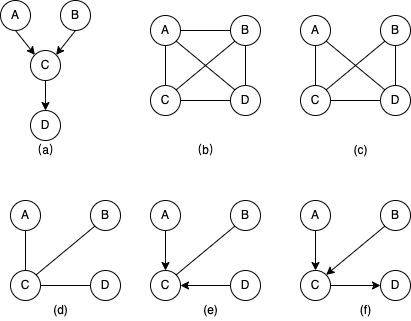
pardonpardon/graph keeps this draw.io diagram as pc_alg_step1.png. Above is the earlier version. Source tidied: cells renumbered, new cells last; positions are measured from the earlier drawing's top-left corner, leaving out a move shared by most shapes. Source of this version:
```xml
<mxGraphModel>
  <root>
    <mxCell id="0" />
    <mxCell id="1" parent="0" />
    <mxCell id="2" value="A" style="ellipse;whiteSpace=wrap;html=1;" parent="1" vertex="1">
      <mxGeometry width="30" height="30" as="geometry" />
    </mxCell>
    <mxCell id="3" value="B" style="ellipse;whiteSpace=wrap;html=1;" parent="1" vertex="1">
      <mxGeometry x="60" width="30" height="30" as="geometry" />
    </mxCell>
    <mxCell id="4" value="C" style="ellipse;whiteSpace=wrap;html=1;" parent="1" vertex="1">
      <mxGeometry x="30" y="50" width="30" height="30" as="geometry" />
    </mxCell>
    <mxCell id="5" value="D" style="ellipse;whiteSpace=wrap;html=1;direction=south;" parent="1" vertex="1">
      <mxGeometry x="30" y="110" width="30" height="30" as="geometry" />
    </mxCell>
    <mxCell id="6" style="endArrow=classic;html=1;rounded=0;strokeWidth=1;exitX=0.5;exitY=1;exitDx=0;exitDy=0;entryX=0;entryY=0;entryDx=0;entryDy=0;" parent="1" edge="1" source="2" target="4">
      <mxGeometry relative="1" as="geometry" />
    </mxCell>
    <mxCell id="7" style="endArrow=classic;html=1;rounded=0;strokeWidth=1;exitX=0.5;exitY=1;exitDx=0;exitDy=0;entryX=1;entryY=0;entryDx=0;entryDy=0;" parent="1" edge="1" source="3" target="4">
      <mxGeometry relative="1" as="geometry" />
    </mxCell>
    <mxCell id="8" style="endArrow=classic;html=1;rounded=0;strokeWidth=1;exitX=0.5;exitY=1;exitDx=0;exitDy=0;entryX=0;entryY=0.5;entryDx=0;entryDy=0;" parent="1" edge="1" source="4" target="5">
      <mxGeometry relative="1" as="geometry" />
    </mxCell>
    <mxCell id="9" value="A" style="ellipse;whiteSpace=wrap;html=1;" parent="1" vertex="1">
      <mxGeometry x="150" y="15" width="30" height="30" as="geometry" />
    </mxCell>
    <mxCell id="10" value="B" style="ellipse;whiteSpace=wrap;html=1;" parent="1" vertex="1">
      <mxGeometry x="230" y="15" width="30" height="30" as="geometry" />
    </mxCell>
    <mxCell id="11" value="D" style="ellipse;whiteSpace=wrap;html=1;" parent="1" vertex="1">
      <mxGeometry x="230" y="85" width="30" height="30" as="geometry" />
    </mxCell>
    <mxCell id="12" value="C" style="ellipse;whiteSpace=wrap;html=1;" parent="1" vertex="1">
      <mxGeometry x="150" y="85" width="30" height="30" as="geometry" />
    </mxCell>
    <mxCell id="13" style="endArrow=none;html=1;rounded=0;strokeWidth=1;exitX=0.5;exitY=0;exitDx=0;exitDy=0;entryX=0.5;entryY=1;entryDx=0;entryDy=0;" parent="1" edge="1" source="12" target="9">
      <mxGeometry relative="1" as="geometry">
        <Array as="points">
          <mxPoint x="165" y="65" />
        </Array>
      </mxGeometry>
    </mxCell>
    <mxCell id="14" style="endArrow=none;html=1;rounded=0;strokeWidth=1;exitX=0.5;exitY=0;exitDx=0;exitDy=0;entryX=0.5;entryY=1;entryDx=0;entryDy=0;" parent="1" edge="1" source="12" target="9">
      <mxGeometry relative="1" as="geometry">
        <Array as="points">
          <mxPoint x="165" y="65" />
        </Array>
      </mxGeometry>
    </mxCell>
    <mxCell id="15" style="endArrow=none;html=1;rounded=0;strokeWidth=1;exitX=0.5;exitY=0;exitDx=0;exitDy=0;entryX=0.5;entryY=1;entryDx=0;entryDy=0;" parent="1" edge="1" source="12" target="9">
      <mxGeometry relative="1" as="geometry">
        <Array as="points">
          <mxPoint x="165" y="65" />
        </Array>
      </mxGeometry>
    </mxCell>
    <mxCell id="16" style="endArrow=none;html=1;rounded=0;strokeWidth=1;exitX=0.5;exitY=0;exitDx=0;exitDy=0;entryX=0.5;entryY=1;entryDx=0;entryDy=0;" parent="1" edge="1" source="12" target="9">
      <mxGeometry relative="1" as="geometry">
        <Array as="points">
          <mxPoint x="165" y="65" />
        </Array>
      </mxGeometry>
    </mxCell>
    <mxCell id="17" style="endArrow=none;html=1;rounded=0;strokeWidth=1;exitX=0.5;exitY=0;exitDx=0;exitDy=0;entryX=0.5;entryY=1;entryDx=0;entryDy=0;" parent="1" edge="1" source="12" target="9">
      <mxGeometry relative="1" as="geometry">
        <Array as="points">
          <mxPoint x="165" y="65" />
        </Array>
      </mxGeometry>
    </mxCell>
    <mxCell id="18" style="endArrow=none;html=1;rounded=0;strokeWidth=1;exitX=0.5;exitY=0;exitDx=0;exitDy=0;entryX=0.5;entryY=1;entryDx=0;entryDy=0;" parent="1" edge="1" source="12" target="9">
      <mxGeometry relative="1" as="geometry">
        <Array as="points">
          <mxPoint x="165" y="65" />
        </Array>
      </mxGeometry>
    </mxCell>
    <mxCell id="19" style="endArrow=none;html=1;rounded=0;strokeWidth=1;exitX=0.5;exitY=0;exitDx=0;exitDy=0;entryX=0.5;entryY=1;entryDx=0;entryDy=0;" parent="1" edge="1">
      <mxGeometry relative="1" as="geometry">
        <mxPoint x="165" y="85" as="sourcePoint" />
        <mxPoint x="165" y="45" as="targetPoint" />
        <Array as="points">
          <mxPoint x="165" y="65" />
        </Array>
      </mxGeometry>
    </mxCell>
    <mxCell id="20" style="endArrow=none;html=1;rounded=0;strokeWidth=1;exitX=1;exitY=0.5;exitDx=0;exitDy=0;entryX=0;entryY=0.5;entryDx=0;entryDy=0;" parent="1" edge="1" source="9" target="10">
      <mxGeometry relative="1" as="geometry" />
    </mxCell>
    <mxCell id="21" style="endArrow=none;html=1;rounded=0;strokeWidth=1;exitX=1;exitY=0.5;exitDx=0;exitDy=0;entryX=0;entryY=0.5;entryDx=0;entryDy=0;" parent="1" edge="1" source="12" target="11">
      <mxGeometry relative="1" as="geometry" />
    </mxCell>
    <mxCell id="22" style="endArrow=none;html=1;rounded=0;strokeWidth=1;exitX=0.5;exitY=0;exitDx=0;exitDy=0;entryX=0.5;entryY=1;entryDx=0;entryDy=0;" parent="1" edge="1" source="11" target="10">
      <mxGeometry relative="1" as="geometry" />
    </mxCell>
    <mxCell id="23" style="endArrow=none;html=1;rounded=0;strokeWidth=1;exitX=1;exitY=0;exitDx=0;exitDy=0;entryX=0;entryY=1;entryDx=0;entryDy=0;" parent="1" edge="1" source="12" target="10">
      <mxGeometry relative="1" as="geometry" />
    </mxCell>
    <mxCell id="24" style="endArrow=none;html=1;rounded=0;strokeWidth=1;exitX=1;exitY=1;exitDx=0;exitDy=0;entryX=0;entryY=0;entryDx=0;entryDy=0;" parent="1" edge="1" source="9" target="11">
      <mxGeometry relative="1" as="geometry" />
    </mxCell>
    <mxCell id="25" value="A" style="ellipse;whiteSpace=wrap;html=1;" parent="1" vertex="1">
      <mxGeometry x="300" y="15" width="30" height="30" as="geometry" />
    </mxCell>
    <mxCell id="26" value="B" style="ellipse;whiteSpace=wrap;html=1;" parent="1" vertex="1">
      <mxGeometry x="380" y="15" width="30" height="30" as="geometry" />
    </mxCell>
    <mxCell id="27" value="D" style="ellipse;whiteSpace=wrap;html=1;" parent="1" vertex="1">
      <mxGeometry x="380" y="85" width="30" height="30" as="geometry" />
    </mxCell>
    <mxCell id="28" value="C" style="ellipse;whiteSpace=wrap;html=1;" parent="1" vertex="1">
      <mxGeometry x="300" y="85" width="30" height="30" as="geometry" />
    </mxCell>
    <mxCell id="29" style="endArrow=none;html=1;rounded=0;strokeWidth=1;exitX=0.5;exitY=0;exitDx=0;exitDy=0;entryX=0.5;entryY=1;entryDx=0;entryDy=0;" parent="1" edge="1" source="28" target="25">
      <mxGeometry relative="1" as="geometry">
        <Array as="points">
          <mxPoint x="315" y="65" />
        </Array>
      </mxGeometry>
    </mxCell>
    <mxCell id="30" style="endArrow=none;html=1;rounded=0;strokeWidth=1;exitX=0.5;exitY=0;exitDx=0;exitDy=0;entryX=0.5;entryY=1;entryDx=0;entryDy=0;" parent="1" edge="1" source="28" target="25">
      <mxGeometry relative="1" as="geometry">
        <Array as="points">
          <mxPoint x="315" y="65" />
        </Array>
      </mxGeometry>
    </mxCell>
    <mxCell id="31" style="endArrow=none;html=1;rounded=0;strokeWidth=1;exitX=0.5;exitY=0;exitDx=0;exitDy=0;entryX=0.5;entryY=1;entryDx=0;entryDy=0;" parent="1" edge="1" source="28" target="25">
      <mxGeometry relative="1" as="geometry">
        <Array as="points">
          <mxPoint x="315" y="65" />
        </Array>
      </mxGeometry>
    </mxCell>
    <mxCell id="32" style="endArrow=none;html=1;rounded=0;strokeWidth=1;exitX=0.5;exitY=0;exitDx=0;exitDy=0;entryX=0.5;entryY=1;entryDx=0;entryDy=0;" parent="1" edge="1" source="28" target="25">
      <mxGeometry relative="1" as="geometry">
        <Array as="points">
          <mxPoint x="315" y="65" />
        </Array>
      </mxGeometry>
    </mxCell>
    <mxCell id="33" style="endArrow=none;html=1;rounded=0;strokeWidth=1;exitX=0.5;exitY=0;exitDx=0;exitDy=0;entryX=0.5;entryY=1;entryDx=0;entryDy=0;" parent="1" edge="1" source="28" target="25">
      <mxGeometry relative="1" as="geometry">
        <Array as="points">
          <mxPoint x="315" y="65" />
        </Array>
      </mxGeometry>
    </mxCell>
    <mxCell id="34" style="endArrow=none;html=1;rounded=0;strokeWidth=1;exitX=0.5;exitY=0;exitDx=0;exitDy=0;entryX=0.5;entryY=1;entryDx=0;entryDy=0;" parent="1" edge="1" source="28" target="25">
      <mxGeometry relative="1" as="geometry">
        <Array as="points">
          <mxPoint x="315" y="65" />
        </Array>
      </mxGeometry>
    </mxCell>
    <mxCell id="35" style="endArrow=none;html=1;rounded=0;strokeWidth=1;exitX=0.5;exitY=0;exitDx=0;exitDy=0;entryX=0.5;entryY=1;entryDx=0;entryDy=0;" parent="1" edge="1">
      <mxGeometry relative="1" as="geometry">
        <mxPoint x="315" y="85" as="sourcePoint" />
        <mxPoint x="315" y="45" as="targetPoint" />
        <Array as="points">
          <mxPoint x="315" y="65" />
        </Array>
      </mxGeometry>
    </mxCell>
    <mxCell id="36" style="endArrow=none;html=1;rounded=0;strokeWidth=1;exitX=1;exitY=0.5;exitDx=0;exitDy=0;entryX=0;entryY=0.5;entryDx=0;entryDy=0;" parent="1" edge="1" source="28" target="27">
      <mxGeometry relative="1" as="geometry" />
    </mxCell>
    <mxCell id="37" style="endArrow=none;html=1;rounded=0;strokeWidth=1;exitX=0.5;exitY=0;exitDx=0;exitDy=0;entryX=0.5;entryY=1;entryDx=0;entryDy=0;" parent="1" edge="1" source="27" target="26">
      <mxGeometry relative="1" as="geometry" />
    </mxCell>
    <mxCell id="38" style="endArrow=none;html=1;rounded=0;strokeWidth=1;exitX=1;exitY=0;exitDx=0;exitDy=0;entryX=0;entryY=1;entryDx=0;entryDy=0;" parent="1" edge="1" source="28" target="26">
      <mxGeometry relative="1" as="geometry" />
    </mxCell>
    <mxCell id="39" style="endArrow=none;html=1;rounded=0;strokeWidth=1;exitX=1;exitY=1;exitDx=0;exitDy=0;entryX=0;entryY=0;entryDx=0;entryDy=0;" parent="1" edge="1" source="25" target="27">
      <mxGeometry relative="1" as="geometry" />
    </mxCell>
    <mxCell id="40" value="A" style="ellipse;whiteSpace=wrap;html=1;" parent="1" vertex="1">
      <mxGeometry x="10" y="200" width="30" height="30" as="geometry" />
    </mxCell>
    <mxCell id="41" value="B" style="ellipse;whiteSpace=wrap;html=1;" parent="1" vertex="1">
      <mxGeometry x="90" y="200" width="30" height="30" as="geometry" />
    </mxCell>
    <mxCell id="42" value="D" style="ellipse;whiteSpace=wrap;html=1;" parent="1" vertex="1">
      <mxGeometry x="90" y="270" width="30" height="30" as="geometry" />
    </mxCell>
    <mxCell id="43" value="C" style="ellipse;whiteSpace=wrap;html=1;" parent="1" vertex="1">
      <mxGeometry x="10" y="270" width="30" height="30" as="geometry" />
    </mxCell>
    <mxCell id="44" style="endArrow=none;html=1;rounded=0;strokeWidth=1;exitX=0.5;exitY=0;exitDx=0;exitDy=0;entryX=0.5;entryY=1;entryDx=0;entryDy=0;" parent="1" edge="1" source="43" target="40">
      <mxGeometry relative="1" as="geometry">
        <Array as="points">
          <mxPoint x="25" y="250" />
        </Array>
      </mxGeometry>
    </mxCell>
    <mxCell id="45" style="endArrow=none;html=1;rounded=0;strokeWidth=1;exitX=0.5;exitY=0;exitDx=0;exitDy=0;entryX=0.5;entryY=1;entryDx=0;entryDy=0;" parent="1" edge="1" source="43" target="40">
      <mxGeometry relative="1" as="geometry">
        <Array as="points">
          <mxPoint x="25" y="250" />
        </Array>
      </mxGeometry>
    </mxCell>
    <mxCell id="46" style="endArrow=none;html=1;rounded=0;strokeWidth=1;exitX=0.5;exitY=0;exitDx=0;exitDy=0;entryX=0.5;entryY=1;entryDx=0;entryDy=0;" parent="1" edge="1" source="43" target="40">
      <mxGeometry relative="1" as="geometry">
        <Array as="points">
          <mxPoint x="25" y="250" />
        </Array>
      </mxGeometry>
    </mxCell>
    <mxCell id="47" style="endArrow=none;html=1;rounded=0;strokeWidth=1;exitX=0.5;exitY=0;exitDx=0;exitDy=0;entryX=0.5;entryY=1;entryDx=0;entryDy=0;" parent="1" edge="1" source="43" target="40">
      <mxGeometry relative="1" as="geometry">
        <Array as="points">
          <mxPoint x="25" y="250" />
        </Array>
      </mxGeometry>
    </mxCell>
    <mxCell id="48" style="endArrow=none;html=1;rounded=0;strokeWidth=1;exitX=0.5;exitY=0;exitDx=0;exitDy=0;entryX=0.5;entryY=1;entryDx=0;entryDy=0;" parent="1" edge="1" source="43" target="40">
      <mxGeometry relative="1" as="geometry">
        <Array as="points">
          <mxPoint x="25" y="250" />
        </Array>
      </mxGeometry>
    </mxCell>
    <mxCell id="49" style="endArrow=none;html=1;rounded=0;strokeWidth=1;exitX=0.5;exitY=0;exitDx=0;exitDy=0;entryX=0.5;entryY=1;entryDx=0;entryDy=0;" parent="1" edge="1" source="43" target="40">
      <mxGeometry relative="1" as="geometry">
        <Array as="points">
          <mxPoint x="25" y="250" />
        </Array>
      </mxGeometry>
    </mxCell>
    <mxCell id="50" style="endArrow=none;html=1;rounded=0;strokeWidth=1;exitX=0.5;exitY=0;exitDx=0;exitDy=0;entryX=0.5;entryY=1;entryDx=0;entryDy=0;" parent="1" edge="1">
      <mxGeometry relative="1" as="geometry">
        <mxPoint x="25" y="270" as="sourcePoint" />
        <mxPoint x="25" y="230" as="targetPoint" />
        <Array as="points">
          <mxPoint x="25" y="250" />
        </Array>
      </mxGeometry>
    </mxCell>
    <mxCell id="51" style="endArrow=none;html=1;rounded=0;strokeWidth=1;exitX=1;exitY=0.5;exitDx=0;exitDy=0;entryX=0;entryY=0.5;entryDx=0;entryDy=0;" parent="1" edge="1" source="43" target="42">
      <mxGeometry relative="1" as="geometry" />
    </mxCell>
    <mxCell id="52" style="endArrow=none;html=1;rounded=0;strokeWidth=1;exitX=1;exitY=0;exitDx=0;exitDy=0;entryX=0;entryY=1;entryDx=0;entryDy=0;" parent="1" edge="1" source="43" target="41">
      <mxGeometry relative="1" as="geometry" />
    </mxCell>
    <mxCell id="53" value="A" style="ellipse;whiteSpace=wrap;html=1;" parent="1" vertex="1">
      <mxGeometry x="150" y="200" width="30" height="30" as="geometry" />
    </mxCell>
    <mxCell id="54" value="B" style="ellipse;whiteSpace=wrap;html=1;" parent="1" vertex="1">
      <mxGeometry x="230" y="200" width="30" height="30" as="geometry" />
    </mxCell>
    <mxCell id="55" value="D" style="ellipse;whiteSpace=wrap;html=1;" parent="1" vertex="1">
      <mxGeometry x="230" y="270" width="30" height="30" as="geometry" />
    </mxCell>
    <mxCell id="56" value="C" style="ellipse;whiteSpace=wrap;html=1;" parent="1" vertex="1">
      <mxGeometry x="150" y="270" width="30" height="30" as="geometry" />
    </mxCell>
    <mxCell id="57" style="endArrow=none;html=1;rounded=0;strokeWidth=1;exitX=1;exitY=0;exitDx=0;exitDy=0;entryX=0;entryY=1;entryDx=0;entryDy=0;" parent="1" edge="1" source="56" target="54">
      <mxGeometry relative="1" as="geometry" />
    </mxCell>
    <mxCell id="58" value="A" style="ellipse;whiteSpace=wrap;html=1;" parent="1" vertex="1">
      <mxGeometry x="300" y="200" width="30" height="30" as="geometry" />
    </mxCell>
    <mxCell id="59" value="B" style="ellipse;whiteSpace=wrap;html=1;" parent="1" vertex="1">
      <mxGeometry x="380" y="200" width="30" height="30" as="geometry" />
    </mxCell>
    <mxCell id="60" value="D" style="ellipse;whiteSpace=wrap;html=1;" parent="1" vertex="1">
      <mxGeometry x="380" y="270" width="30" height="30" as="geometry" />
    </mxCell>
    <mxCell id="61" value="C" style="ellipse;whiteSpace=wrap;html=1;" parent="1" vertex="1">
      <mxGeometry x="300" y="270" width="30" height="30" as="geometry" />
    </mxCell>
    <mxCell id="62" style="endArrow=classic;html=1;rounded=0;strokeWidth=1;entryX=0.5;entryY=0;entryDx=0;entryDy=0;exitX=0.5;exitY=1;exitDx=0;exitDy=0;" parent="1" edge="1" source="53" target="56">
      <mxGeometry relative="1" as="geometry" />
    </mxCell>
    <mxCell id="63" style="endArrow=classic;html=1;rounded=0;strokeWidth=1;exitX=0;exitY=0.5;exitDx=0;exitDy=0;entryX=1;entryY=0.5;entryDx=0;entryDy=0;" parent="1" edge="1" source="55" target="56">
      <mxGeometry relative="1" as="geometry" />
    </mxCell>
    <mxCell id="64" style="endArrow=classic;html=1;rounded=0;strokeWidth=1;entryX=0.5;entryY=0;entryDx=0;entryDy=0;exitX=0.5;exitY=1;exitDx=0;exitDy=0;" parent="1" edge="1" source="58" target="61">
      <mxGeometry relative="1" as="geometry" />
    </mxCell>
    <mxCell id="65" style="endArrow=classic;html=1;rounded=0;strokeWidth=1;exitX=1;exitY=0.5;exitDx=0;exitDy=0;entryX=0;entryY=0.5;entryDx=0;entryDy=0;" parent="1" edge="1" source="61" target="60">
      <mxGeometry relative="1" as="geometry" />
    </mxCell>
    <mxCell id="66" style="endArrow=classic;html=1;rounded=0;strokeWidth=1;entryX=1;entryY=0;entryDx=0;entryDy=0;exitX=0;exitY=1;exitDx=0;exitDy=0;" parent="1" edge="1" source="59" target="61">
      <mxGeometry relative="1" as="geometry" />
    </mxCell>
    <mxCell id="67" value="（a）" style="text;html=1;align=center;verticalAlign=middle;strokeColor=none;fillColor=none;" parent="1" vertex="1">
      <mxGeometry x="20" y="140" width="50" height="20" as="geometry" />
    </mxCell>
    <mxCell id="68" value="（b）" style="text;html=1;align=center;verticalAlign=middle;strokeColor=none;fillColor=none;" parent="1" vertex="1">
      <mxGeometry x="180" y="140" width="50" height="20" as="geometry" />
    </mxCell>
    <mxCell id="69" value="(c)" style="text;html=1;align=center;verticalAlign=middle;strokeColor=none;fillColor=none;" parent="1" vertex="1">
      <mxGeometry x="345" y="140" width="30" height="20" as="geometry" />
    </mxCell>
    <mxCell id="70" value="(d)" style="text;html=1;align=center;verticalAlign=middle;strokeColor=none;fillColor=none;" parent="1" vertex="1">
      <mxGeometry x="45" y="300" width="30" height="20" as="geometry" />
    </mxCell>
    <mxCell id="71" value="(e)" style="text;html=1;align=center;verticalAlign=middle;strokeColor=none;fillColor=none;" parent="1" vertex="1">
      <mxGeometry x="195" y="300" width="30" height="20" as="geometry" />
    </mxCell>
    <mxCell id="72" value="(f)" style="text;html=1;align=center;verticalAlign=middle;strokeColor=none;fillColor=none;" parent="1" vertex="1">
      <mxGeometry x="350" y="300" width="30" height="20" as="geometry" />
    </mxCell>
  </root>
</mxGraphModel>
```
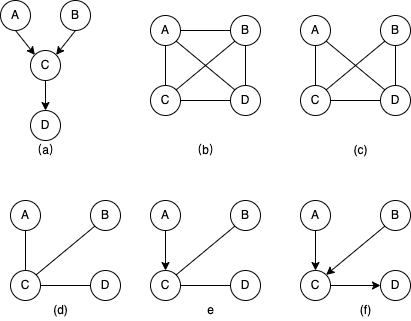
The same diagram one commit later.

The edit, as a diff of the source:
```diff
@@ -275,9 +275,6 @@
     <mxCell id="62" style="endArrow=classic;html=1;rounded=0;strokeWidth=1;entryX=0.5;entryY=0;entryDx=0;entryDy=0;exitX=0.5;exitY=1;exitDx=0;exitDy=0;" parent="1" edge="1" source="53" target="56">
       <mxGeometry relative="1" as="geometry" />
     </mxCell>
-    <mxCell id="63" style="endArrow=classic;html=1;rounded=0;strokeWidth=1;exitX=0;exitY=0.5;exitDx=0;exitDy=0;entryX=1;entryY=0.5;entryDx=0;entryDy=0;" parent="1" edge="1" source="55" target="56">
-      <mxGeometry relative="1" as="geometry" />
-    </mxCell>
     <mxCell id="64" style="endArrow=classic;html=1;rounded=0;strokeWidth=1;entryX=0.5;entryY=0;entryDx=0;entryDy=0;exitX=0.5;exitY=1;exitDx=0;exitDy=0;" parent="1" edge="1" source="58" target="61">
       <mxGeometry relative="1" as="geometry" />
     </mxCell>
@@ -299,11 +296,14 @@
     <mxCell id="70" value="(d)" style="text;html=1;align=center;verticalAlign=middle;strokeColor=none;fillColor=none;" parent="1" vertex="1">
       <mxGeometry x="45" y="300" width="30" height="20" as="geometry" />
     </mxCell>
-    <mxCell id="71" value="(e)" style="text;html=1;align=center;verticalAlign=middle;strokeColor=none;fillColor=none;" parent="1" vertex="1">
-      <mxGeometry x="195" y="300" width="30" height="20" as="geometry" />
+    <mxCell id="71" value="e" style="text;html=1;align=center;verticalAlign=middle;strokeColor=none;fillColor=none;" parent="1" vertex="1">
+      <mxGeometry x="200" y="300" width="20" height="20" as="geometry" />
     </mxCell>
     <mxCell id="72" value="(f)" style="text;html=1;align=center;verticalAlign=middle;strokeColor=none;fillColor=none;" parent="1" vertex="1">
       <mxGeometry x="350" y="300" width="30" height="20" as="geometry" />
     </mxCell>
+    <mxCell id="73" style="endArrow=none;html=1;rounded=0;strokeWidth=1;exitX=1;exitY=0.5;exitDx=0;exitDy=0;entryX=0;entryY=0.5;entryDx=0;entryDy=0;" parent="1" edge="1" source="56" target="55">
+      <mxGeometry relative="1" as="geometry" />
+    </mxCell>
   </root>
 </mxGraphModel>
```
